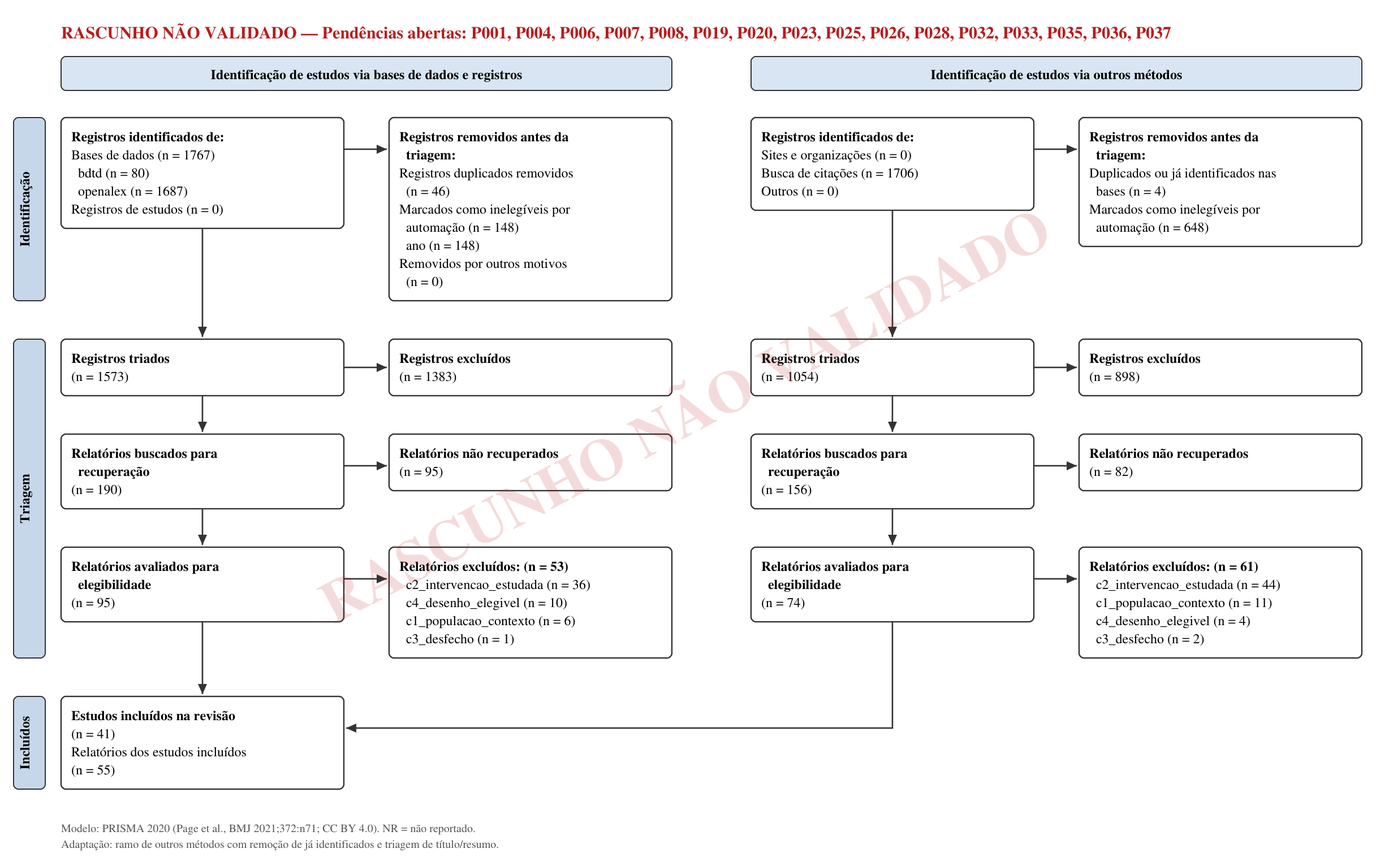
The Mermaid diagram 07-relatorio/prisma.png in felipelmc/pesquisas-eleitorais-rs, before a commit. Its source is kept beside it as 07-relatorio/prisma.mermaid.
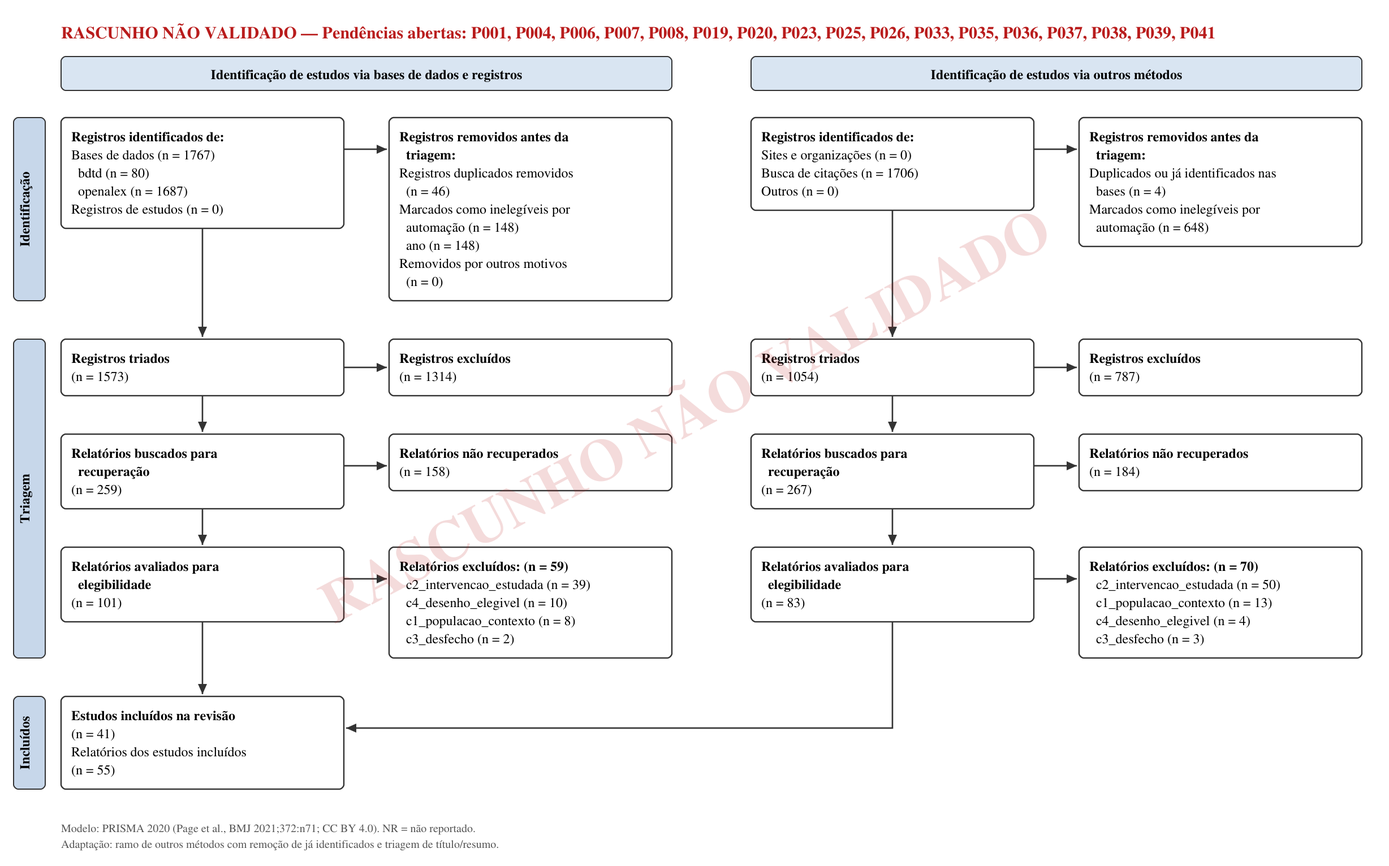
After the commit.

Change to the diagram source:
```diff
@@ -1,25 +1,25 @@
 flowchart TD
-  rascunho["RASCUNHO NÃO VALIDADO<br/>Pendências abertas: P001, P004, P006, P007, P008, P019, P020, P023, P025, P026, P028, P032, P033, P035, P036, P037"]
+  rascunho["RASCUNHO NÃO VALIDADO<br/>Pendências abertas: P001, P004, P006, P007, P008, P019, P020, P023, P025, P026, P033, P035, P036, P037, P038, P039, P041"]
   style rascunho fill:#fde2e2,stroke:#b91c1c,color:#b91c1c
   subgraph ramo_bases["Identificação de estudos via bases de dados e registros"]
     b_ident["Registros identificados de:<br/>Bases de dados (n = 1767)<br/>· bdtd (n = 80)<br/>· openalex (n = 1687)<br/>Registros de estudos (n = 0)"]
     b_removidos["Registros removidos antes da triagem:<br/>Registros duplicados removidos (n = 46)<br/>Marcados como inelegíveis por automação (n = 148)<br/>· ano (n = 148)<br/>Removidos por outros motivos (n = 0)"]
     b_triados["Registros triados<br/>(n = 1573)"]
-    b_excl_triagem["Registros excluídos<br/>(n = 1383)"]
-    b_buscados["Relatórios buscados para recuperação<br/>(n = 190)"]
-    b_nao_rec["Relatórios não recuperados<br/>(n = 95)"]
-    b_avaliados["Relatórios avaliados para elegibilidade<br/>(n = 95)"]
-    b_excl_tc["Relatórios excluídos: (n = 53)<br/>· c2_intervencao_estudada (n = 36)<br/>· c4_desenho_elegivel (n = 10)<br/>· c1_populacao_contexto (n = 6)<br/>· c3_desfecho (n = 1)"]
+    b_excl_triagem["Registros excluídos<br/>(n = 1314)"]
+    b_buscados["Relatórios buscados para recuperação<br/>(n = 259)"]
+    b_nao_rec["Relatórios não recuperados<br/>(n = 158)"]
+    b_avaliados["Relatórios avaliados para elegibilidade<br/>(n = 101)"]
+    b_excl_tc["Relatórios excluídos: (n = 59)<br/>· c2_intervencao_estudada (n = 39)<br/>· c4_desenho_elegivel (n = 10)<br/>· c1_populacao_contexto (n = 8)<br/>· c3_desfecho (n = 2)"]
   end
   subgraph ramo_outros["Identificação de estudos via outros métodos"]
     o_ident["Registros identificados de:<br/>Sites e organizações (n = 0)<br/>Busca de citações (n = 1706)<br/>Outros (n = 0)"]
     o_removidos["Registros removidos antes da triagem:<br/>Duplicados ou já identificados nas bases (n = 4)<br/>Marcados como inelegíveis por automação (n = 648)"]
     o_triados["Registros triados<br/>(n = 1054)"]
-    o_excl_triagem["Registros excluídos<br/>(n = 898)"]
-    o_buscados["Relatórios buscados para recuperação<br/>(n = 156)"]
-    o_nao_rec["Relatórios não recuperados<br/>(n = 82)"]
-    o_avaliados["Relatórios avaliados para elegibilidade<br/>(n = 74)"]
-    o_excl_tc["Relatórios excluídos: (n = 61)<br/>· c2_intervencao_estudada (n = 44)<br/>· c1_populacao_contexto (n = 11)<br/>· c4_desenho_elegivel (n = 4)<br/>· c3_desfecho (n = 2)"]
+    o_excl_triagem["Registros excluídos<br/>(n = 787)"]
+    o_buscados["Relatórios buscados para recuperação<br/>(n = 267)"]
+    o_nao_rec["Relatórios não recuperados<br/>(n = 184)"]
+    o_avaliados["Relatórios avaliados para elegibilidade<br/>(n = 83)"]
+    o_excl_tc["Relatórios excluídos: (n = 70)<br/>· c2_intervencao_estudada (n = 50)<br/>· c1_populacao_contexto (n = 13)<br/>· c4_desenho_elegivel (n = 4)<br/>· c3_desfecho (n = 3)"]
   end
   incluidos["Estudos incluídos na revisão<br/>(n = 41)<br/>Relatórios dos estudos incluídos<br/>(n = 55)"]
   b_ident --> b_removidos
```
